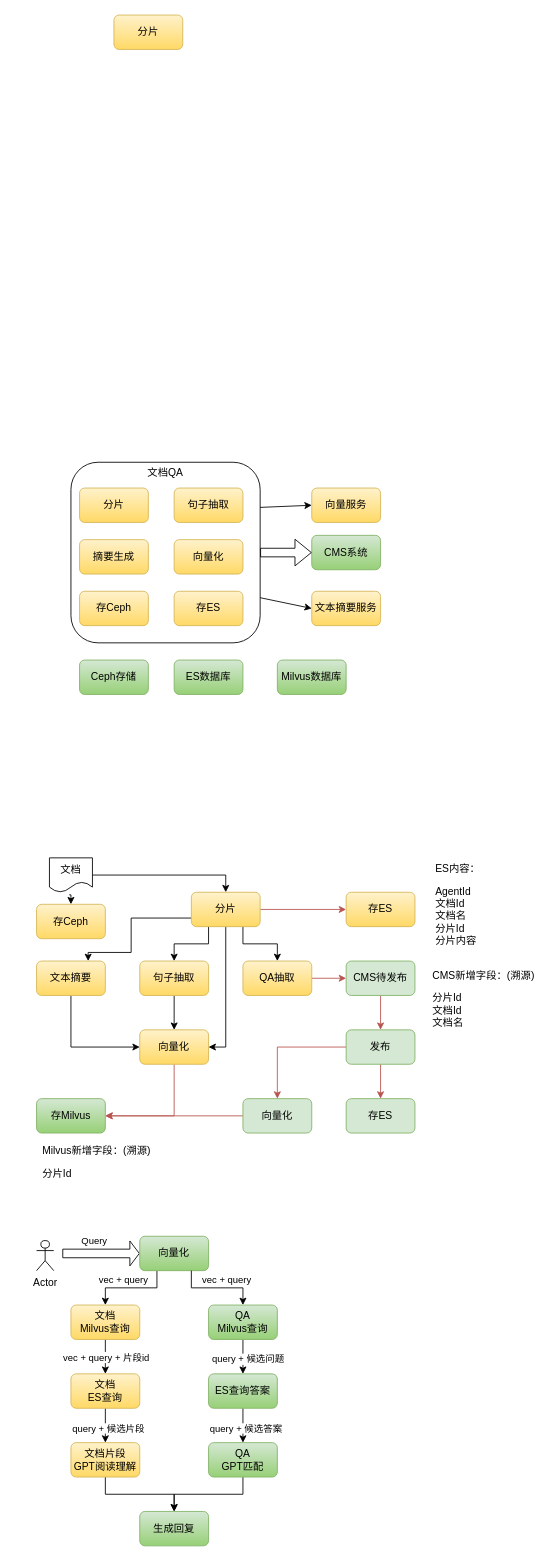
Before: 文档QA.drawio in renzhan/drawio, a draw.io diagram. Source tidied: cells renumbered, new cells numbered last; positions are measured from the earlier drawing's top-left corner, leaving out a move shared by most shapes. Both pictures are drawn from the tidied source at 86%, with x=0, y=0 at pixel (36, 15).
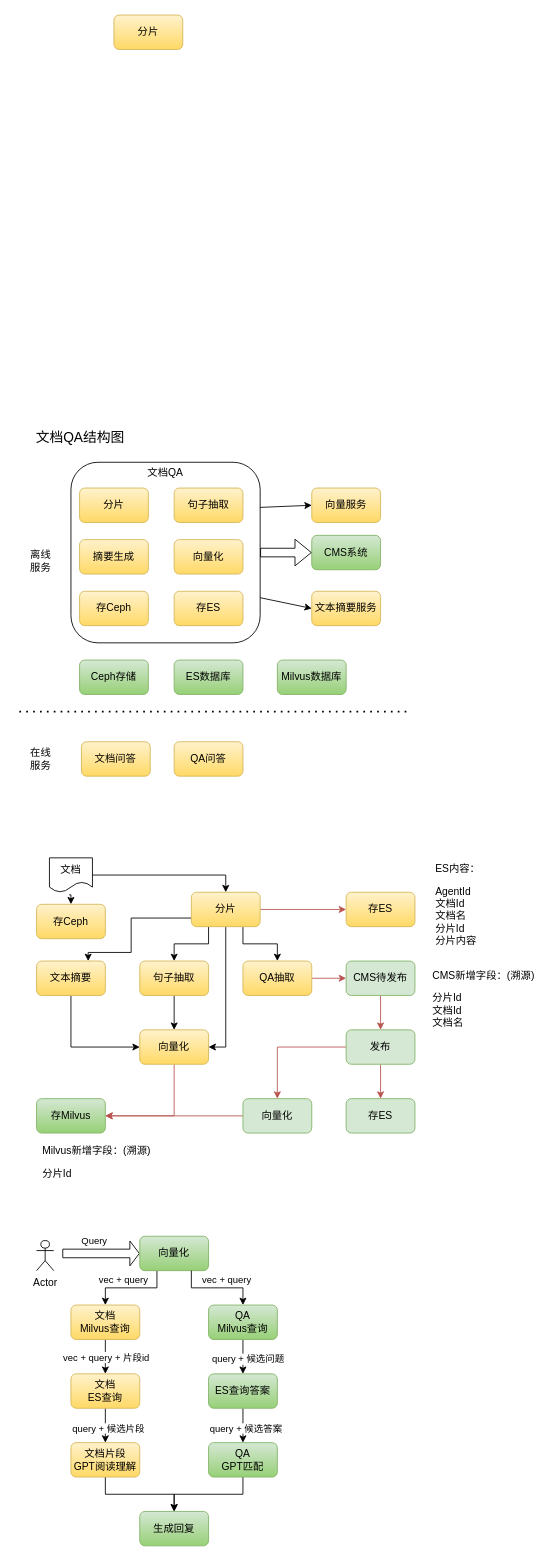
After the change.

What changed in the source:
```diff
@@
+    <mxCell id="75" value="文档QA结构图" style="text;html=1;strokeColor=none;fillColor=none;align=center;verticalAlign=middle;whiteSpace=wrap;rounded=0;fontSize=16;" parent="1" vertex="1">
+      <mxGeometry x="-7" y="476" width="115.5" height="30" as="geometry" />
+    </mxCell>
+    <mxCell id="76" value="离线&lt;br&gt;服务" style="text;html=1;strokeColor=none;fillColor=none;align=center;verticalAlign=middle;whiteSpace=wrap;rounded=0;" parent="1" vertex="1">
+      <mxGeometry x="-25.5" y="620" width="60" height="30" as="geometry" />
+    </mxCell>
+    <mxCell id="77" value="在线&lt;br&gt;服务" style="text;html=1;strokeColor=none;fillColor=none;align=center;verticalAlign=middle;whiteSpace=wrap;rounded=0;" parent="1" vertex="1">
+      <mxGeometry x="-25.5" y="850" width="60" height="30" as="geometry" />
+    </mxCell>
+    <mxCell id="78" value="文档问答" style="rounded=1;whiteSpace=wrap;html=1;fillColor=#fff2cc;gradientColor=#ffd966;strokeColor=#d6b656;" parent="1" vertex="1">
+      <mxGeometry x="52.2" y="845" width="80" height="40" as="geometry" />
+    </mxCell>
+    <mxCell id="79" value="QA问答" style="rounded=1;whiteSpace=wrap;html=1;fillColor=#fff2cc;gradientColor=#ffd966;strokeColor=#d6b656;" parent="1" vertex="1">
+      <mxGeometry x="160" y="845" width="80" height="40" as="geometry" />
+    </mxCell>
+    <mxCell id="80" style="endArrow=none;dashed=1;html=1;dashPattern=1 3;strokeWidth=2;rounded=0;" parent="1" edge="1">
+      <mxGeometry relative="1" as="geometry">
+        <mxPoint x="-20" y="810" as="sourcePoint" />
+        <mxPoint x="430" y="810" as="targetPoint" />
+      </mxGeometry>
+    </mxCell>
```
